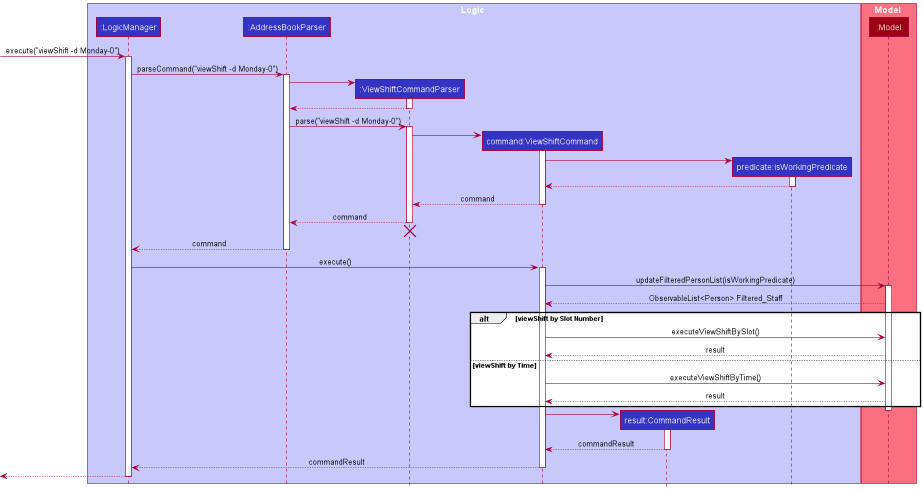
Earlier version of the PlantUML export docs/images/viewShiftCommand/ViewShiftSequenceDiagram.png (nus-cs2103-AY2122S1/tp). The source it was exported from:
```plantuml
@startuml
!include style.puml

box Logic LOGIC_COLOR_T1
participant ":LogicManager" as LogicManager LOGIC_COLOR
participant ":AddressBookParser" as AddressBookParser LOGIC_COLOR
participant ":ViewShiftCommandParser" as ViewShiftCommandParser LOGIC_COLOR
participant "command:ViewShiftCommand" as ViewShiftCommand LOGIC_COLOR
participant "result:CommandResult" as CommandResult LOGIC_COLOR
participant "predicate:isWorkingPredicate" as isWorkingPredicate LOGIC_COLOR
end box

box Model MODEL_COLOR_T1
participant ":Model" as Model MODEL_COLOR
end box

[-> LogicManager : execute("viewShift -d Monday-0")
activate LogicManager

LogicManager -> AddressBookParser : parseCommand("viewShift -d Monday-0")
activate AddressBookParser

create ViewShiftCommandParser
AddressBookParser -> ViewShiftCommandParser
activate ViewShiftCommandParser

ViewShiftCommandParser --> AddressBookParser
deactivate ViewShiftCommandParser

AddressBookParser -> ViewShiftCommandParser : parse("viewShift -d Monday-0")
activate ViewShiftCommandParser

create ViewShiftCommand
ViewShiftCommandParser -> ViewShiftCommand
activate ViewShiftCommand

create isWorkingPredicate
ViewShiftCommand -> isWorkingPredicate
activate isWorkingPredicate

isWorkingPredicate --> ViewShiftCommand
deactivate isWorkingPredicate

ViewShiftCommand --> ViewShiftCommandParser : command
deactivate ViewShiftCommand

ViewShiftCommandParser --> AddressBookParser : command
deactivate ViewShiftCommandParser
ViewShiftCommandParser -[hidden]-> AddressBookParser
destroy ViewShiftCommandParser

AddressBookParser --> LogicManager : command
deactivate AddressBookParser

LogicManager -> ViewShiftCommand : execute()
activate ViewShiftCommand

ViewShiftCommand -> Model : updateFilteredPersonList(isWorkingPredicate)
activate Model
Model --> ViewShiftCommand : ObservableList<Person> Filtered_Staff

alt viewShift by Slot Number
    ViewShiftCommand -> Model : executeViewShiftBySlot()
    Model --> ViewShiftCommand : result

else  viewShift by Time
    ViewShiftCommand -> Model : executeViewShiftByTime()
    Model --> ViewShiftCommand : result
end

deactivate Model

create CommandResult
ViewShiftCommand -> CommandResult
activate CommandResult

CommandResult --> ViewShiftCommand : commandResult
deactivate CommandResult

ViewShiftCommand --> LogicManager : commandResult
deactivate ViewShiftCommand

[<--LogicManager
deactivate LogicManager
@enduml
```
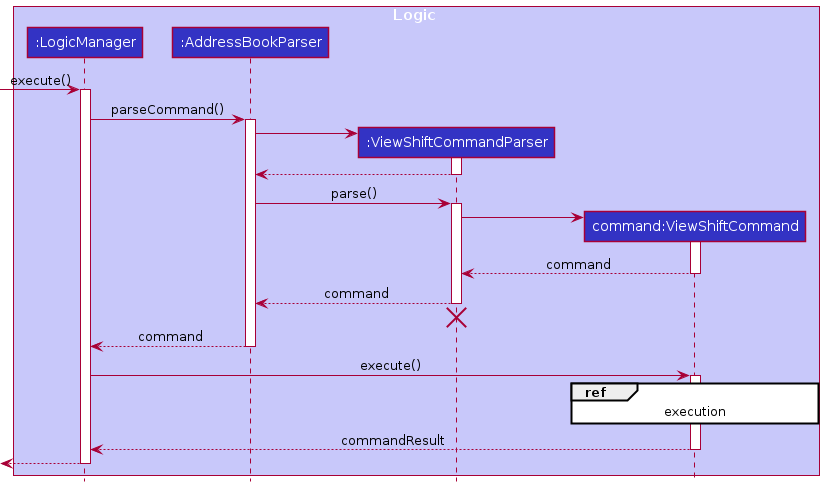
After the change.

Commit message:
Change viewShiftCommand diagrams

What changed in the source:
```diff
@@ -6,18 +6,13 @@
 participant ":AddressBookParser" as AddressBookParser LOGIC_COLOR
 participant ":ViewShiftCommandParser" as ViewShiftCommandParser LOGIC_COLOR
 participant "command:ViewShiftCommand" as ViewShiftCommand LOGIC_COLOR
-participant "result:CommandResult" as CommandResult LOGIC_COLOR
-participant "predicate:isWorkingPredicate" as isWorkingPredicate LOGIC_COLOR
 end box
 
-box Model MODEL_COLOR_T1
-participant ":Model" as Model MODEL_COLOR
-end box
 
-[-> LogicManager : execute("viewShift -d Monday-0")
+[-> LogicManager : execute()
 activate LogicManager
 
-LogicManager -> AddressBookParser : parseCommand("viewShift -d Monday-0")
+LogicManager -> AddressBookParser : parseCommand()
 activate AddressBookParser
 
 create ViewShiftCommandParser
@@ -27,19 +22,14 @@
 ViewShiftCommandParser --> AddressBookParser
 deactivate ViewShiftCommandParser
 
-AddressBookParser -> ViewShiftCommandParser : parse("viewShift -d Monday-0")
+AddressBookParser -> ViewShiftCommandParser : parse()
 activate ViewShiftCommandParser
 
 create ViewShiftCommand
 ViewShiftCommandParser -> ViewShiftCommand
 activate ViewShiftCommand
 
-create isWorkingPredicate
-ViewShiftCommand -> isWorkingPredicate
-activate isWorkingPredicate
 
-isWorkingPredicate --> ViewShiftCommand
-deactivate isWorkingPredicate
 
 ViewShiftCommand --> ViewShiftCommandParser : command
 deactivate ViewShiftCommand
@@ -53,29 +43,12 @@
 deactivate AddressBookParser
 
 LogicManager -> ViewShiftCommand : execute()
+
+ref over ViewShiftCommand : execution
+
 activate ViewShiftCommand
 
-ViewShiftCommand -> Model : updateFilteredPersonList(isWorkingPredicate)
-activate Model
-Model --> ViewShiftCommand : ObservableList<Person> Filtered_Staff
 
-alt viewShift by Slot Number
-    ViewShiftCommand -> Model : executeViewShiftBySlot()
-    Model --> ViewShiftCommand : result
-
-else  viewShift by Time
-    ViewShiftCommand -> Model : executeViewShiftByTime()
-    Model --> ViewShiftCommand : result
-end
-
-deactivate Model
-
-create CommandResult
-ViewShiftCommand -> CommandResult
-activate CommandResult
-
-CommandResult --> ViewShiftCommand : commandResult
-deactivate CommandResult
 
 ViewShiftCommand --> LogicManager : commandResult
 deactivate ViewShiftCommand
```
